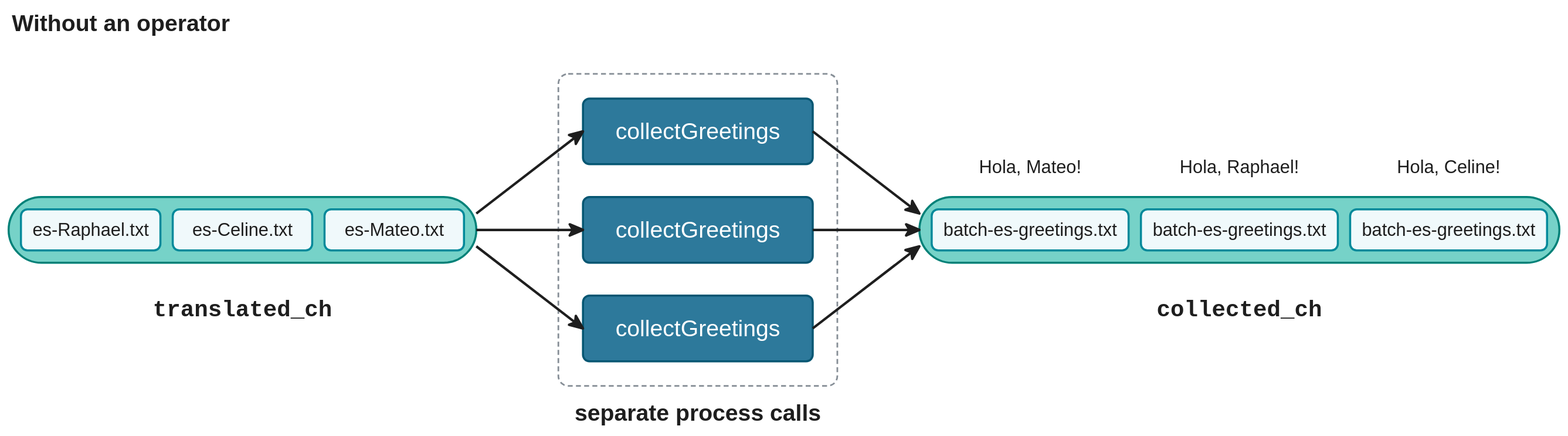
Before: docs/en/docs/hello_nextflow/img/hello-collect-no-operator.drawio.svg, a diagram exported from draw.io (nextflow-io/training). Source tidied: cells renumbered, new cells last; positions are measured from the earlier drawing's top-left corner, leaving out a move shared by most shapes. The source it was exported from:
```xml
<mxGraphModel>
  <root>
    <mxCell id="0" />
    <mxCell id="1" parent="0" />
    <mxCell id="2" value="Without an operator" style="text;align=left;verticalAlign=middle;spacing=0;spacingLeft=4;fontFamily=Helvetica;fontSize=28;fontColor=#1e1e1e;html=0;whiteSpace=nowrap;fontStyle=1;" parent="1" vertex="1">
      <mxGeometry width="600" height="36" as="geometry" />
    </mxCell>
    <mxCell id="3" style="rounded=1;absoluteArcSize=1;arcSize=80;fillColor=#76d2c8;strokeColor=#018178;strokeWidth=2.5;fontFamily=Helvetica;fontSize=28;fontColor=#1e1e1e;html=0;whiteSpace=nowrap;" parent="1" vertex="1">
      <mxGeometry y="230" width="570" height="80" as="geometry" />
    </mxCell>
    <mxCell id="4" value="es-Raphael.txt" style="rounded=1;absoluteArcSize=1;arcSize=16;fillColor=#f0f9fb;strokeColor=#02899a;strokeWidth=2.5;fontFamily=Helvetica;fontSize=22;fontColor=#1e1e1e;html=0;whiteSpace=nowrap;" parent="3" vertex="1">
      <mxGeometry x="15" y="15" width="170" height="50" as="geometry" />
    </mxCell>
    <mxCell id="5" value="es-Celine.txt" style="rounded=1;absoluteArcSize=1;arcSize=16;fillColor=#f0f9fb;strokeColor=#02899a;strokeWidth=2.5;fontFamily=Helvetica;fontSize=22;fontColor=#1e1e1e;html=0;whiteSpace=nowrap;" parent="3" vertex="1">
      <mxGeometry x="200" y="15" width="170" height="50" as="geometry" />
    </mxCell>
    <mxCell id="6" value="es-Mateo.txt" style="rounded=1;absoluteArcSize=1;arcSize=16;fillColor=#f0f9fb;strokeColor=#02899a;strokeWidth=2.5;fontFamily=Helvetica;fontSize=22;fontColor=#1e1e1e;html=0;whiteSpace=nowrap;" parent="3" vertex="1">
      <mxGeometry x="385" y="15" width="170" height="50" as="geometry" />
    </mxCell>
    <mxCell id="7" value="translated_ch" style="text;align=center;verticalAlign=middle;fontFamily=Menlo;fontSize=28;fontStyle=1;fontColor=#1e1e1e;html=0;whiteSpace=nowrap;" parent="1" vertex="1">
      <mxGeometry y="350" width="570" height="36" as="geometry" />
    </mxCell>
    <mxCell id="8" style="rounded=1;absoluteArcSize=1;arcSize=24;fillColor=none;strokeColor=#868e96;strokeWidth=2;dashed=1;dashPattern=6 4;html=0;whiteSpace=nowrap;" parent="1" vertex="1">
      <mxGeometry x="670" y="80" width="340" height="380" as="geometry" />
    </mxCell>
    <mxCell id="9" value="collectGreetings" style="rounded=1;absoluteArcSize=1;arcSize=16;fillColor=#2d799b;strokeColor=#055672;strokeWidth=2.5;fontFamily=Helvetica;fontSize=28;fontColor=#ffffff;html=0;whiteSpace=nowrap;" parent="8" vertex="1">
      <mxGeometry x="30" y="30" width="280" height="80" as="geometry" />
    </mxCell>
    <mxCell id="10" value="collectGreetings" style="rounded=1;absoluteArcSize=1;arcSize=16;fillColor=#2d799b;strokeColor=#055672;strokeWidth=2.5;fontFamily=Helvetica;fontSize=28;fontColor=#ffffff;html=0;whiteSpace=nowrap;" parent="8" vertex="1">
      <mxGeometry x="30" y="150" width="280" height="80" as="geometry" />
    </mxCell>
    <mxCell id="11" value="collectGreetings" style="rounded=1;absoluteArcSize=1;arcSize=16;fillColor=#2d799b;strokeColor=#055672;strokeWidth=2.5;fontFamily=Helvetica;fontSize=28;fontColor=#ffffff;html=0;whiteSpace=nowrap;" parent="8" vertex="1">
      <mxGeometry x="30" y="270" width="280" height="80" as="geometry" />
    </mxCell>
    <mxCell id="12" value="separate process calls" style="text;align=center;verticalAlign=middle;fontFamily=Helvetica;fontSize=28;fontStyle=1;fontColor=#1e1e1e;html=0;whiteSpace=nowrap;" parent="1" vertex="1">
      <mxGeometry x="670" y="475" width="340" height="36" as="geometry" />
    </mxCell>
    <mxCell id="13" style="rounded=1;absoluteArcSize=1;arcSize=80;fillColor=#76d2c8;strokeColor=#018178;strokeWidth=2.5;fontFamily=Helvetica;fontSize=28;fontColor=#1e1e1e;html=0;whiteSpace=nowrap;" parent="1" vertex="1">
      <mxGeometry x="1110" y="230" width="780" height="80" as="geometry" />
    </mxCell>
    <mxCell id="14" value="batch-es-greetings.txt" style="rounded=1;absoluteArcSize=1;arcSize=16;fillColor=#f0f9fb;strokeColor=#02899a;strokeWidth=2.5;fontFamily=Helvetica;fontSize=22;fontColor=#1e1e1e;html=0;whiteSpace=nowrap;" parent="13" vertex="1">
      <mxGeometry x="15" y="15" width="240" height="50" as="geometry" />
    </mxCell>
    <mxCell id="15" value="batch-es-greetings.txt" style="rounded=1;absoluteArcSize=1;arcSize=16;fillColor=#f0f9fb;strokeColor=#02899a;strokeWidth=2.5;fontFamily=Helvetica;fontSize=22;fontColor=#1e1e1e;html=0;whiteSpace=nowrap;" parent="13" vertex="1">
      <mxGeometry x="270" y="15" width="240" height="50" as="geometry" />
    </mxCell>
    <mxCell id="16" value="batch-es-greetings.txt" style="rounded=1;absoluteArcSize=1;arcSize=16;fillColor=#f0f9fb;strokeColor=#02899a;strokeWidth=2.5;fontFamily=Helvetica;fontSize=22;fontColor=#1e1e1e;html=0;whiteSpace=nowrap;" parent="13" vertex="1">
      <mxGeometry x="525" y="15" width="240" height="50" as="geometry" />
    </mxCell>
    <mxCell id="17" value="collected_ch" style="text;align=center;verticalAlign=middle;fontFamily=Menlo;fontSize=28;fontStyle=1;fontColor=#1e1e1e;html=0;whiteSpace=nowrap;" parent="1" vertex="1">
      <mxGeometry x="1110" y="350" width="780" height="36" as="geometry" />
    </mxCell>
    <mxCell id="18" value="Hola, Mateo!" style="text;align=center;verticalAlign=middle;fontFamily=Helvetica;fontSize=22;fontColor=#1e1e1e;html=0;whiteSpace=nowrap;" parent="1" vertex="1">
      <mxGeometry x="1125" y="176" width="240" height="34" as="geometry" />
    </mxCell>
    <mxCell id="19" value="Hola, Raphael!" style="text;align=center;verticalAlign=middle;fontFamily=Helvetica;fontSize=22;fontColor=#1e1e1e;html=0;whiteSpace=nowrap;" parent="1" vertex="1">
      <mxGeometry x="1380" y="176" width="240" height="34" as="geometry" />
    </mxCell>
    <mxCell id="20" value="Hola, Celine!" style="text;align=center;verticalAlign=middle;fontFamily=Helvetica;fontSize=22;fontColor=#1e1e1e;html=0;whiteSpace=nowrap;" parent="1" vertex="1">
      <mxGeometry x="1635" y="176" width="240" height="34" as="geometry" />
    </mxCell>
    <mxCell id="21" style="edgeStyle=none;html=0;strokeColor=#1e1e1e;endSize=12;strokeWidth=3;endArrow=classic;endFill=1;exitX=1;exitY=0.25;exitDx=0;exitDy=0;entryX=0;entryY=0.5;entryDx=0;entryDy=0;" parent="1" edge="1" source="3" target="9">
      <mxGeometry relative="1" as="geometry" />
    </mxCell>
    <mxCell id="22" style="edgeStyle=none;html=0;strokeColor=#1e1e1e;endSize=12;strokeWidth=3;endArrow=classic;endFill=1;exitX=1;exitY=0.5;exitDx=0;exitDy=0;entryX=0;entryY=0.25;entryDx=0;entryDy=0;" parent="1" edge="1" source="9" target="13">
      <mxGeometry relative="1" as="geometry" />
    </mxCell>
    <mxCell id="23" style="edgeStyle=none;html=0;strokeColor=#1e1e1e;endSize=12;strokeWidth=3;endArrow=classic;endFill=1;exitX=1;exitY=0.5;exitDx=0;exitDy=0;entryX=0;entryY=0.5;entryDx=0;entryDy=0;" parent="1" edge="1" source="3" target="10">
      <mxGeometry relative="1" as="geometry" />
    </mxCell>
    <mxCell id="24" style="edgeStyle=none;html=0;strokeColor=#1e1e1e;endSize=12;strokeWidth=3;endArrow=classic;endFill=1;exitX=1;exitY=0.5;exitDx=0;exitDy=0;entryX=0;entryY=0.5;entryDx=0;entryDy=0;" parent="1" edge="1" source="10" target="13">
      <mxGeometry relative="1" as="geometry" />
    </mxCell>
    <mxCell id="25" style="edgeStyle=none;html=0;strokeColor=#1e1e1e;endSize=12;strokeWidth=3;endArrow=classic;endFill=1;exitX=1;exitY=0.75;exitDx=0;exitDy=0;entryX=0;entryY=0.5;entryDx=0;entryDy=0;" parent="1" edge="1" source="3" target="11">
      <mxGeometry relative="1" as="geometry" />
    </mxCell>
    <mxCell id="26" style="edgeStyle=none;html=0;strokeColor=#1e1e1e;endSize=12;strokeWidth=3;endArrow=classic;endFill=1;exitX=1;exitY=0.5;exitDx=0;exitDy=0;entryX=0;entryY=0.75;entryDx=0;entryDy=0;" parent="1" edge="1" source="11" target="13">
      <mxGeometry relative="1" as="geometry" />
    </mxCell>
  </root>
</mxGraphModel>
```
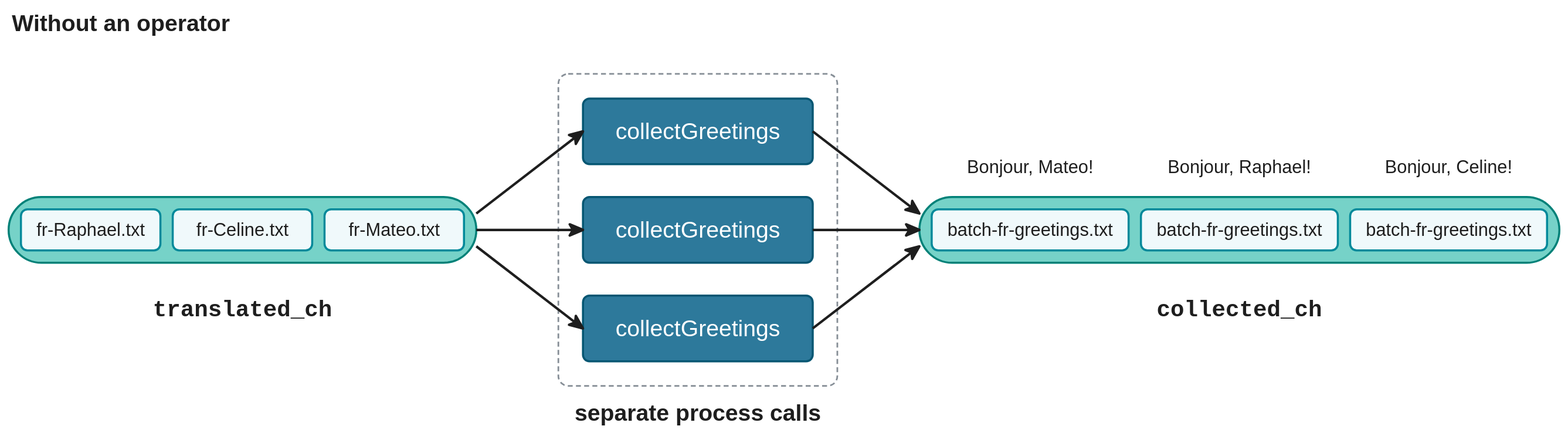
The same file after the commit.

Commit message:
docs(hello_nextflow): restructure Hello Workflow sections; continue in French

Change to the diagram source:
```diff
@@ -8,13 +8,13 @@
     <mxCell id="3" style="rounded=1;absoluteArcSize=1;arcSize=80;fillColor=#76d2c8;strokeColor=#018178;strokeWidth=2.5;fontFamily=Helvetica;fontSize=28;fontColor=#1e1e1e;html=0;whiteSpace=nowrap;" parent="1" vertex="1">
       <mxGeometry y="230" width="570" height="80" as="geometry" />
     </mxCell>
-    <mxCell id="4" value="es-Raphael.txt" style="rounded=1;absoluteArcSize=1;arcSize=16;fillColor=#f0f9fb;strokeColor=#02899a;strokeWidth=2.5;fontFamily=Helvetica;fontSize=22;fontColor=#1e1e1e;html=0;whiteSpace=nowrap;" parent="3" vertex="1">
+    <mxCell id="4" value="fr-Raphael.txt" style="rounded=1;absoluteArcSize=1;arcSize=16;fillColor=#f0f9fb;strokeColor=#02899a;strokeWidth=2.5;fontFamily=Helvetica;fontSize=22;fontColor=#1e1e1e;html=0;whiteSpace=nowrap;" parent="3" vertex="1">
       <mxGeometry x="15" y="15" width="170" height="50" as="geometry" />
     </mxCell>
-    <mxCell id="5" value="es-Celine.txt" style="rounded=1;absoluteArcSize=1;arcSize=16;fillColor=#f0f9fb;strokeColor=#02899a;strokeWidth=2.5;fontFamily=Helvetica;fontSize=22;fontColor=#1e1e1e;html=0;whiteSpace=nowrap;" parent="3" vertex="1">
+    <mxCell id="5" value="fr-Celine.txt" style="rounded=1;absoluteArcSize=1;arcSize=16;fillColor=#f0f9fb;strokeColor=#02899a;strokeWidth=2.5;fontFamily=Helvetica;fontSize=22;fontColor=#1e1e1e;html=0;whiteSpace=nowrap;" parent="3" vertex="1">
       <mxGeometry x="200" y="15" width="170" height="50" as="geometry" />
     </mxCell>
-    <mxCell id="6" value="es-Mateo.txt" style="rounded=1;absoluteArcSize=1;arcSize=16;fillColor=#f0f9fb;strokeColor=#02899a;strokeWidth=2.5;fontFamily=Helvetica;fontSize=22;fontColor=#1e1e1e;html=0;whiteSpace=nowrap;" parent="3" vertex="1">
+    <mxCell id="6" value="fr-Mateo.txt" style="rounded=1;absoluteArcSize=1;arcSize=16;fillColor=#f0f9fb;strokeColor=#02899a;strokeWidth=2.5;fontFamily=Helvetica;fontSize=22;fontColor=#1e1e1e;html=0;whiteSpace=nowrap;" parent="3" vertex="1">
       <mxGeometry x="385" y="15" width="170" height="50" as="geometry" />
     </mxCell>
     <mxCell id="7" value="translated_ch" style="text;align=center;verticalAlign=middle;fontFamily=Menlo;fontSize=28;fontStyle=1;fontColor=#1e1e1e;html=0;whiteSpace=nowrap;" parent="1" vertex="1">
@@ -38,25 +38,25 @@
     <mxCell id="13" style="rounded=1;absoluteArcSize=1;arcSize=80;fillColor=#76d2c8;strokeColor=#018178;strokeWidth=2.5;fontFamily=Helvetica;fontSize=28;fontColor=#1e1e1e;html=0;whiteSpace=nowrap;" parent="1" vertex="1">
       <mxGeometry x="1110" y="230" width="780" height="80" as="geometry" />
     </mxCell>
-    <mxCell id="14" value="batch-es-greetings.txt" style="rounded=1;absoluteArcSize=1;arcSize=16;fillColor=#f0f9fb;strokeColor=#02899a;strokeWidth=2.5;fontFamily=Helvetica;fontSize=22;fontColor=#1e1e1e;html=0;whiteSpace=nowrap;" parent="13" vertex="1">
+    <mxCell id="14" value="batch-fr-greetings.txt" style="rounded=1;absoluteArcSize=1;arcSize=16;fillColor=#f0f9fb;strokeColor=#02899a;strokeWidth=2.5;fontFamily=Helvetica;fontSize=22;fontColor=#1e1e1e;html=0;whiteSpace=nowrap;" parent="13" vertex="1">
       <mxGeometry x="15" y="15" width="240" height="50" as="geometry" />
     </mxCell>
-    <mxCell id="15" value="batch-es-greetings.txt" style="rounded=1;absoluteArcSize=1;arcSize=16;fillColor=#f0f9fb;strokeColor=#02899a;strokeWidth=2.5;fontFamily=Helvetica;fontSize=22;fontColor=#1e1e1e;html=0;whiteSpace=nowrap;" parent="13" vertex="1">
+    <mxCell id="15" value="batch-fr-greetings.txt" style="rounded=1;absoluteArcSize=1;arcSize=16;fillColor=#f0f9fb;strokeColor=#02899a;strokeWidth=2.5;fontFamily=Helvetica;fontSize=22;fontColor=#1e1e1e;html=0;whiteSpace=nowrap;" parent="13" vertex="1">
       <mxGeometry x="270" y="15" width="240" height="50" as="geometry" />
     </mxCell>
-    <mxCell id="16" value="batch-es-greetings.txt" style="rounded=1;absoluteArcSize=1;arcSize=16;fillColor=#f0f9fb;strokeColor=#02899a;strokeWidth=2.5;fontFamily=Helvetica;fontSize=22;fontColor=#1e1e1e;html=0;whiteSpace=nowrap;" parent="13" vertex="1">
+    <mxCell id="16" value="batch-fr-greetings.txt" style="rounded=1;absoluteArcSize=1;arcSize=16;fillColor=#f0f9fb;strokeColor=#02899a;strokeWidth=2.5;fontFamily=Helvetica;fontSize=22;fontColor=#1e1e1e;html=0;whiteSpace=nowrap;" parent="13" vertex="1">
       <mxGeometry x="525" y="15" width="240" height="50" as="geometry" />
     </mxCell>
     <mxCell id="17" value="collected_ch" style="text;align=center;verticalAlign=middle;fontFamily=Menlo;fontSize=28;fontStyle=1;fontColor=#1e1e1e;html=0;whiteSpace=nowrap;" parent="1" vertex="1">
       <mxGeometry x="1110" y="350" width="780" height="36" as="geometry" />
     </mxCell>
-    <mxCell id="18" value="Hola, Mateo!" style="text;align=center;verticalAlign=middle;fontFamily=Helvetica;fontSize=22;fontColor=#1e1e1e;html=0;whiteSpace=nowrap;" parent="1" vertex="1">
+    <mxCell id="18" value="Bonjour, Mateo!" style="text;align=center;verticalAlign=middle;fontFamily=Helvetica;fontSize=22;fontColor=#1e1e1e;html=0;whiteSpace=nowrap;" parent="1" vertex="1">
       <mxGeometry x="1125" y="176" width="240" height="34" as="geometry" />
     </mxCell>
-    <mxCell id="19" value="Hola, Raphael!" style="text;align=center;verticalAlign=middle;fontFamily=Helvetica;fontSize=22;fontColor=#1e1e1e;html=0;whiteSpace=nowrap;" parent="1" vertex="1">
+    <mxCell id="19" value="Bonjour, Raphael!" style="text;align=center;verticalAlign=middle;fontFamily=Helvetica;fontSize=22;fontColor=#1e1e1e;html=0;whiteSpace=nowrap;" parent="1" vertex="1">
       <mxGeometry x="1380" y="176" width="240" height="34" as="geometry" />
     </mxCell>
-    <mxCell id="20" value="Hola, Celine!" style="text;align=center;verticalAlign=middle;fontFamily=Helvetica;fontSize=22;fontColor=#1e1e1e;html=0;whiteSpace=nowrap;" parent="1" vertex="1">
+    <mxCell id="20" value="Bonjour, Celine!" style="text;align=center;verticalAlign=middle;fontFamily=Helvetica;fontSize=22;fontColor=#1e1e1e;html=0;whiteSpace=nowrap;" parent="1" vertex="1">
       <mxGeometry x="1635" y="176" width="240" height="34" as="geometry" />
     </mxCell>
     <mxCell id="21" style="edgeStyle=none;html=0;strokeColor=#1e1e1e;endSize=12;strokeWidth=3;endArrow=classic;endFill=1;exitX=1;exitY=0.25;exitDx=0;exitDy=0;entryX=0;entryY=0.5;entryDx=0;entryDy=0;" parent="1" edge="1" source="3" target="9">
```
